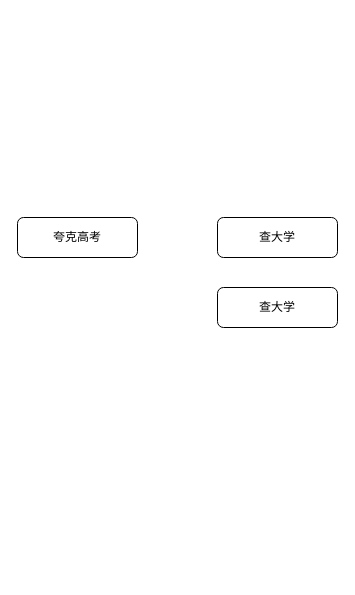
The draw.io diagram drawio/竞品分析(夸克高考).drawio in Ryan-xsh/first, before the edit. Source tidied: cells renumbered, new cells numbered last; positions are measured from the earlier drawing's top-left corner, leaving out a move shared by most shapes. Both pictures are drawn from the tidied source at 100%, with x=0, y=0 at pixel (17, 217).
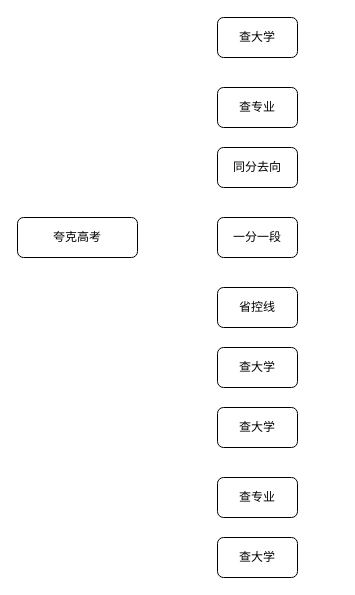
Above is the later version.

Commit message (it also covers changes not shown here):
更新竞品分析(夸克高考).drawio

What changed in the source:
```diff
@@
 <mxGraphModel>
   <root>
     <mxCell id="0" />
     <mxCell id="1" parent="0" />
     <mxCell id="2" value="夸克高考" style="rounded=1;whiteSpace=wrap;html=1;" parent="1" vertex="1">
       <mxGeometry width="120" height="40" as="geometry" />
     </mxCell>
-    <mxCell id="3" value="查大学" style="rounded=1;whiteSpace=wrap;html=1;" parent="1" vertex="1">
-      <mxGeometry x="200" width="120" height="40" as="geometry" />
+    <mxCell id="3" value="一分一段" style="rounded=1;whiteSpace=wrap;html=1;" parent="1" vertex="1">
+      <mxGeometry x="200" width="80" height="40" as="geometry" />
     </mxCell>
-    <mxCell id="4" value="查大学" style="rounded=1;whiteSpace=wrap;html=1;" parent="1" vertex="1">
-      <mxGeometry x="200" y="70" width="120" height="40" as="geometry" />
+    <mxCell id="4" value="省控线" style="rounded=1;whiteSpace=wrap;html=1;" parent="1" vertex="1">
+      <mxGeometry x="200" y="70" width="80" height="40" as="geometry" />
     </mxCell>
+    <mxCell id="5" value="查大学" style="rounded=1;whiteSpace=wrap;html=1;" parent="1" vertex="1">
+      <mxGeometry x="200" y="130" width="80" height="40" as="geometry" />
+    </mxCell>
+    <mxCell id="6" value="查大学" style="rounded=1;whiteSpace=wrap;html=1;" parent="1" vertex="1">
+      <mxGeometry x="200" y="190" width="80" height="40" as="geometry" />
+    </mxCell>
+    <mxCell id="7" value="查专业" style="rounded=1;whiteSpace=wrap;html=1;" parent="1" vertex="1">
+      <mxGeometry x="200" y="260" width="80" height="40" as="geometry" />
+    </mxCell>
+    <mxCell id="8" value="查大学" style="rounded=1;whiteSpace=wrap;html=1;" parent="1" vertex="1">
+      <mxGeometry x="200" y="320" width="80" height="40" as="geometry" />
+    </mxCell>
+    <mxCell id="9" value="查大学" style="rounded=1;whiteSpace=wrap;html=1;" parent="1" vertex="1">
+      <mxGeometry x="200" y="-200" width="80" height="40" as="geometry" />
+    </mxCell>
+    <mxCell id="10" value="查专业" style="rounded=1;whiteSpace=wrap;html=1;" parent="1" vertex="1">
+      <mxGeometry x="200" y="-130" width="80" height="40" as="geometry" />
+    </mxCell>
+    <mxCell id="11" value="同分去向" style="rounded=1;whiteSpace=wrap;html=1;" parent="1" vertex="1">
+      <mxGeometry x="200" y="-70" width="80" height="40" as="geometry" />
+    </mxCell>
   </root>
 </mxGraphModel>
```
